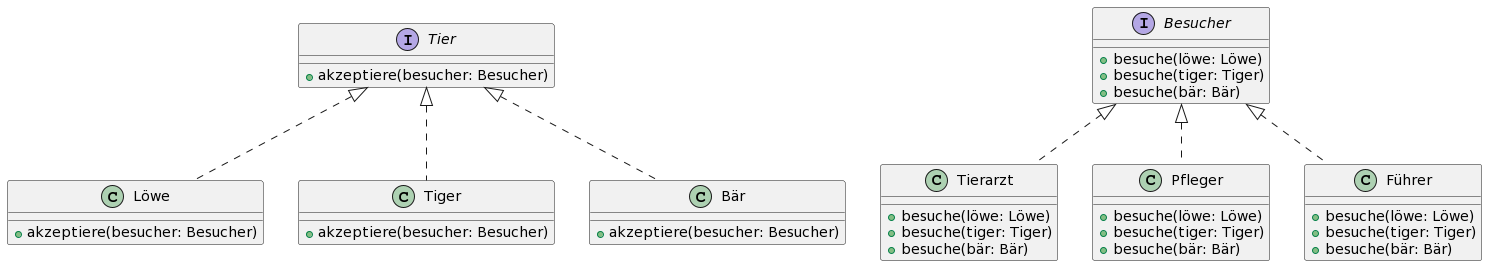
The PlantUML diagram dojo-dungeon/todo-assets/Fragen_Pattern/UML_Klassendiagramm2.png in Dungeon-CampusMinden/Dungeon, before a commit. The source it was exported from:
```plantuml
@startuml
interface Tier {
  +akzeptiere(besucher: Besucher)
}

interface Besucher {
  +besuche(löwe: Löwe)
  +besuche(tiger: Tiger)
  +besuche(bär: Bär)
}

class Löwe {
  +akzeptiere(besucher: Besucher)
}

class Tiger {
  +akzeptiere(besucher: Besucher)
}

class Bär {
  +akzeptiere(besucher: Besucher)
}

class Tierarzt {
  +besuche(löwe: Löwe)
  +besuche(tiger: Tiger)
  +besuche(bär: Bär)
}

class Pfleger {
  +besuche(löwe: Löwe)
  +besuche(tiger: Tiger)
  +besuche(bär: Bär)
}

class Führer {
  +besuche(löwe: Löwe)
  +besuche(tiger: Tiger)
  +besuche(bär: Bär)
}

Tier <|.. Löwe
Tier <|.. Tiger
Tier <|.. Bär

Besucher <|.. Tierarzt
Besucher <|.. Pfleger
Besucher <|.. Führer
@enduml
```
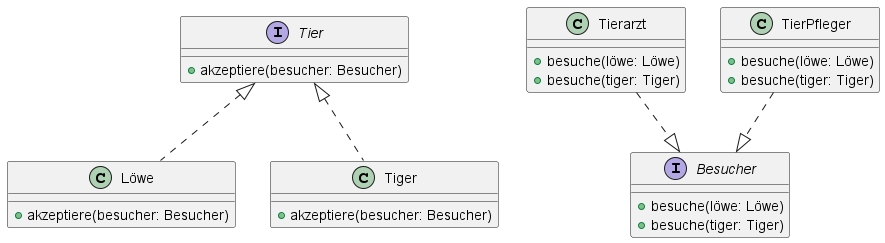
Later version of the same file.

What changed in the source:
```diff
@@ -1,4 +1,4 @@
-@startuml
+@startuml UML_Klassendiagramm2.png
 interface Tier {
   +akzeptiere(besucher: Besucher)
 }
@@ -6,7 +6,6 @@
 interface Besucher {
   +besuche(löwe: Löwe)
   +besuche(tiger: Tiger)
-  +besuche(bär: Bär)
 }
 
 class Löwe {
@@ -17,33 +16,19 @@
   +akzeptiere(besucher: Besucher)
 }
 
-class Bär {
-  +akzeptiere(besucher: Besucher)
-}
-
 class Tierarzt {
   +besuche(löwe: Löwe)
   +besuche(tiger: Tiger)
-  +besuche(bär: Bär)
 }
 
-class Pfleger {
+class TierPfleger {
   +besuche(löwe: Löwe)
   +besuche(tiger: Tiger)
-  +besuche(bär: Bär)
-}
-
-class Führer {
-  +besuche(löwe: Löwe)
-  +besuche(tiger: Tiger)
-  +besuche(bär: Bär)
 }
 
 Tier <|.. Löwe
 Tier <|.. Tiger
-Tier <|.. Bär
 
-Besucher <|.. Tierarzt
-Besucher <|.. Pfleger
-Besucher <|.. Führer
+Tierarzt ..|> Besucher
+TierPfleger ..|> Besucher
 @enduml
```
